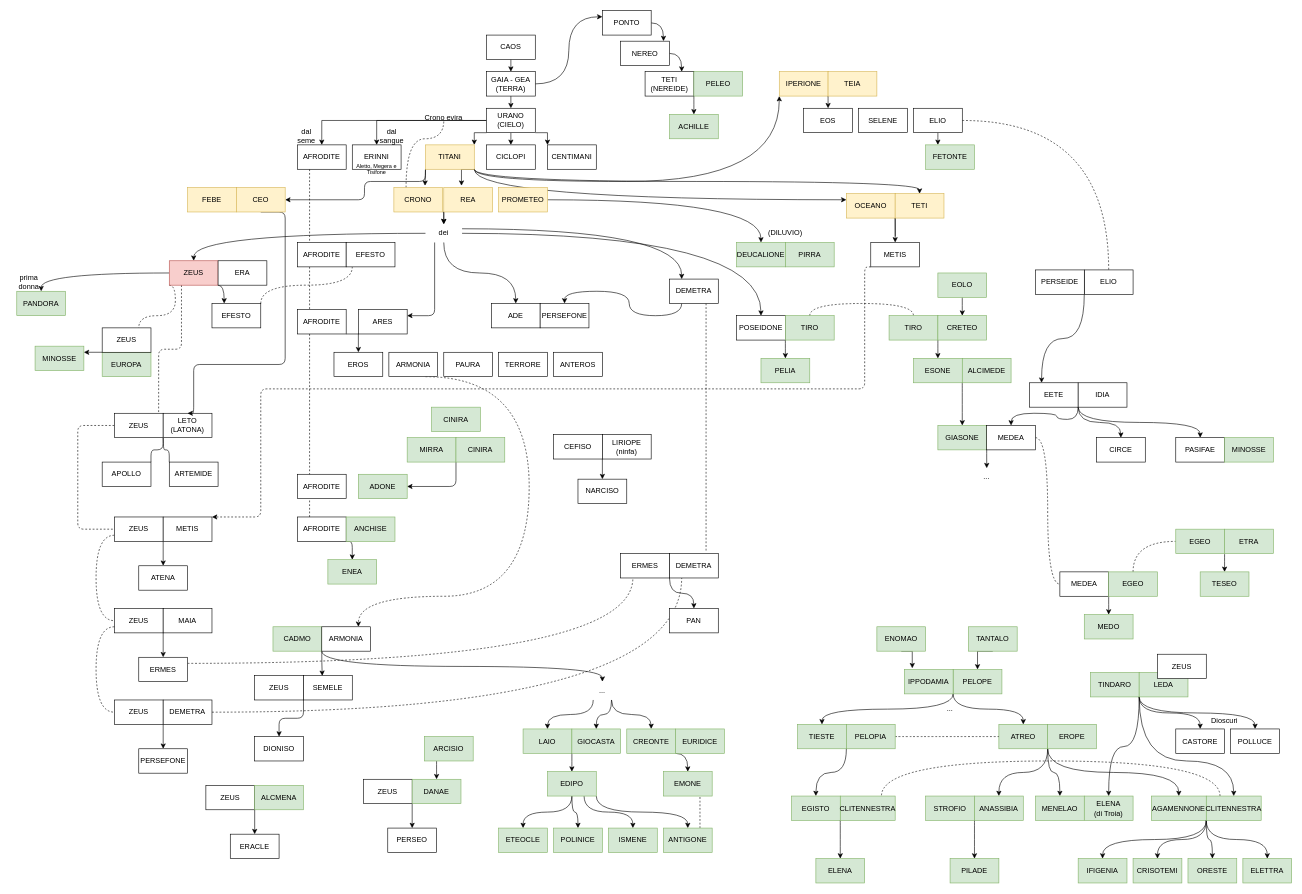
The draw.io diagram miti.drawio in tcaru/diagrams, before the edit. Source tidied: cells renumbered, new cells numbered last; positions are measured from the earlier drawing's top-left corner, leaving out a move shared by most shapes. Both pictures are drawn from the tidied source at 61%, with x=0, y=0 at pixel (10, 10).
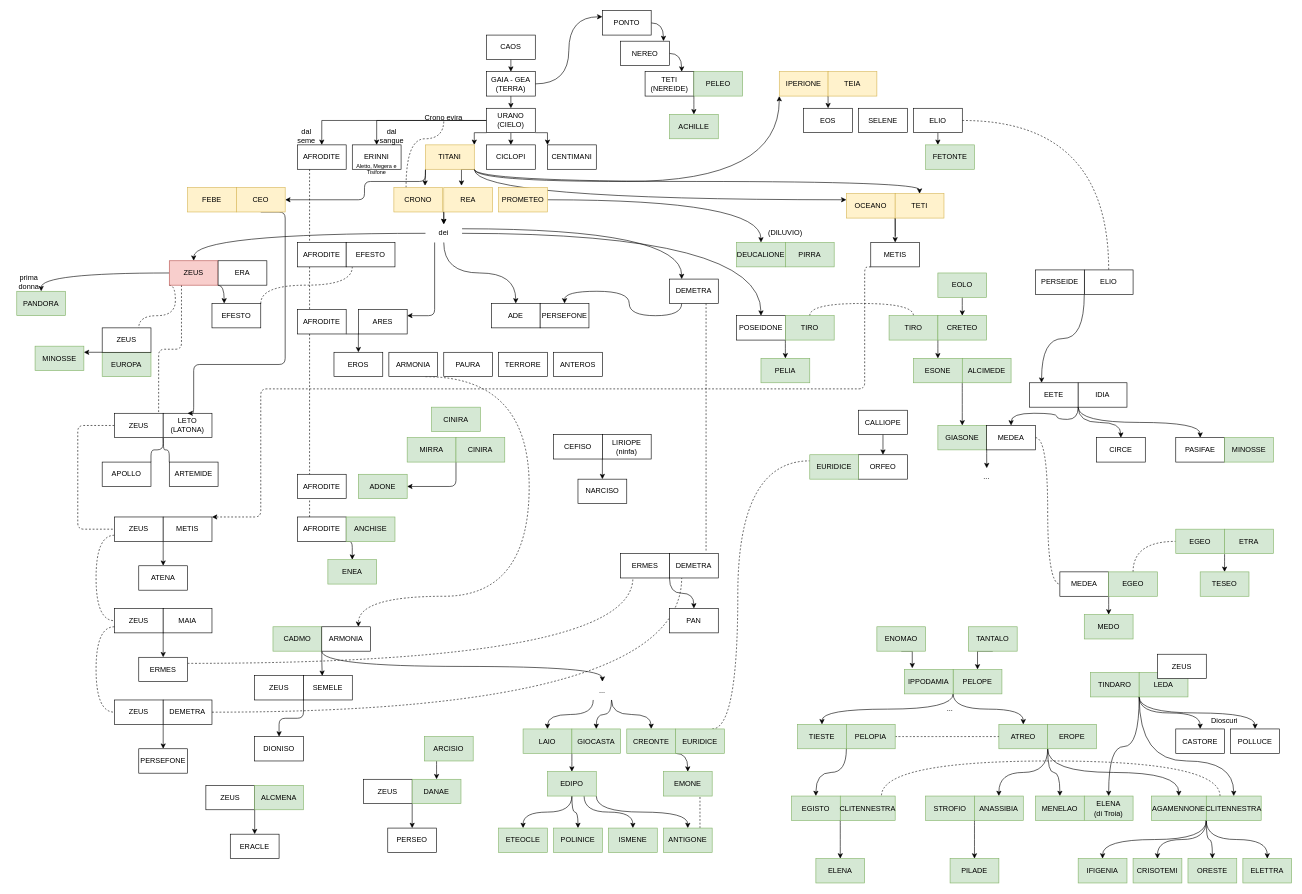
Above is the later version.

The change refers to these unchanged cells:
```xml
<mxCell id="213" value="EURIDICE" style="rounded=0;whiteSpace=wrap;html=1;fillColor=#d5e8d4;strokeColor=#82b366;" parent="1" vertex="1">
  <mxGeometry x="1090" y="1177.5" width="80" height="40" as="geometry" />
</mxCell>
```

Diff of the diagram source:
```diff
@@
+    <mxCell id="273" style="edgeStyle=orthogonalEdgeStyle;jettySize=auto;html=1;exitX=0.75;exitY=0;exitDx=0;exitDy=0;entryX=0;entryY=0.25;entryDx=0;entryDy=0;dashed=1;endArrow=none;endFill=0;curved=1;" parent="1" edge="1" source="213" target="277">
+      <mxGeometry relative="1" as="geometry">
+        <Array as="points">
+          <mxPoint x="1192" y="1178" />
+          <mxPoint x="1192" y="738" />
+        </Array>
+      </mxGeometry>
+    </mxCell>
@@
+    <mxCell id="274" value="CALLIOPE" style="rounded=0;whiteSpace=wrap;html=1;" parent="1" vertex="1">
+      <mxGeometry x="1390" y="655" width="80" height="40" as="geometry" />
+    </mxCell>
+    <mxCell id="275" style="edgeStyle=orthogonalEdgeStyle;rounded=0;jettySize=auto;html=1;exitX=0;exitY=1;exitDx=0;exitDy=0;entryX=0.5;entryY=0;entryDx=0;entryDy=0;" parent="1" edge="1" target="276">
+      <mxGeometry relative="1" as="geometry">
+        <mxPoint x="1430" y="695" as="sourcePoint" />
+      </mxGeometry>
+    </mxCell>
+    <mxCell id="276" value="ORFEO" style="rounded=0;whiteSpace=wrap;html=1;" parent="1" vertex="1">
+      <mxGeometry x="1390" y="728" width="80" height="40" as="geometry" />
+    </mxCell>
+    <mxCell id="277" value="EURIDICE" style="rounded=0;whiteSpace=wrap;html=1;fillColor=#d5e8d4;strokeColor=#82b366;" parent="1" vertex="1">
+      <mxGeometry x="1310" y="728" width="80" height="40" as="geometry" />
+    </mxCell>
```
